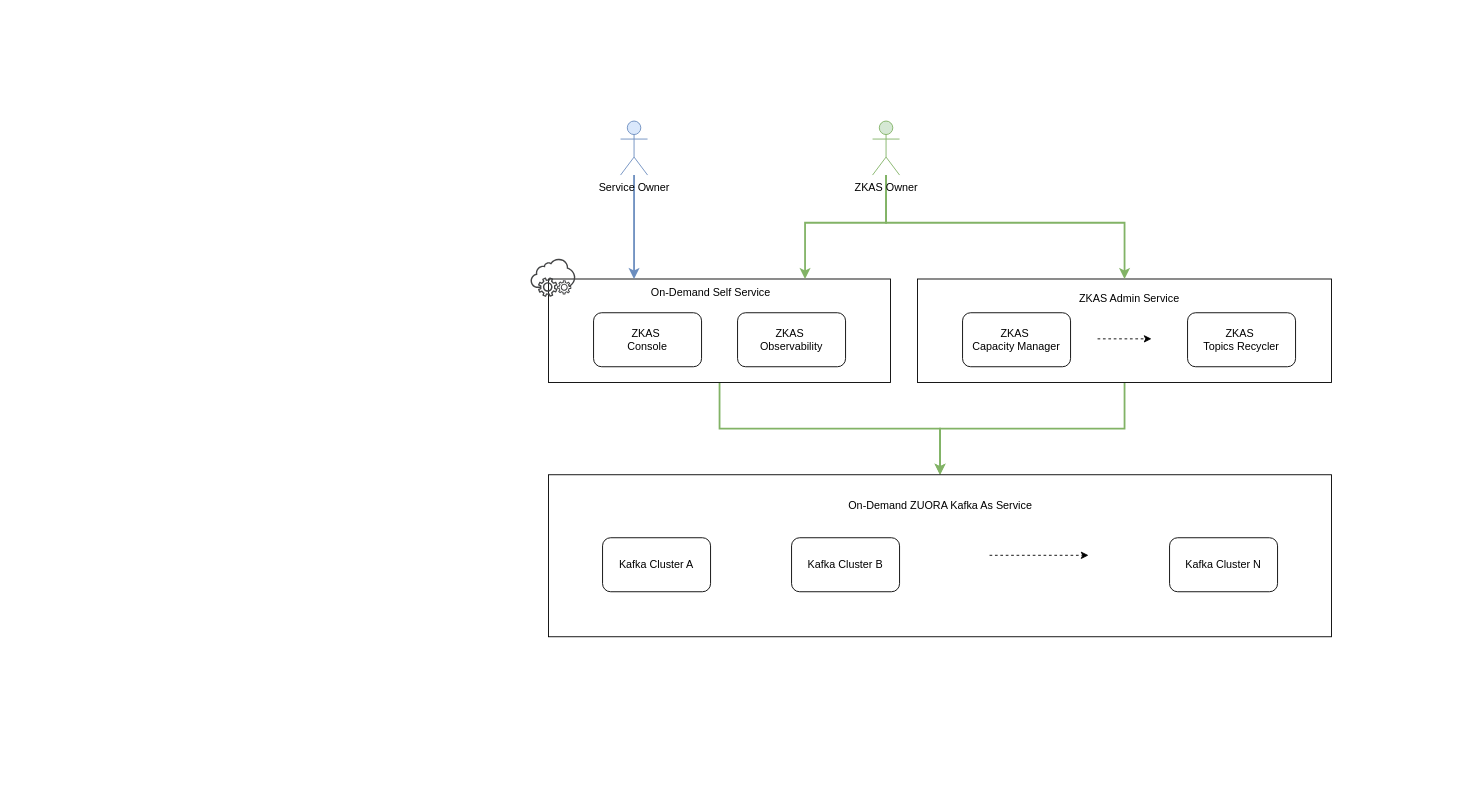
Earlier version of the draw.io diagram Kafka as Service.drawio (jiangtao7/draw.io). Source tidied: cells renumbered, new cells numbered last; positions are measured from the earlier drawing's top-left corner, leaving out a move shared by most shapes. Both pictures are drawn from the tidied source at 90%, with x=0, y=0 at pixel (530, 121). Pictures stored in the file or linked from it are replaced by grey dashed boxes.
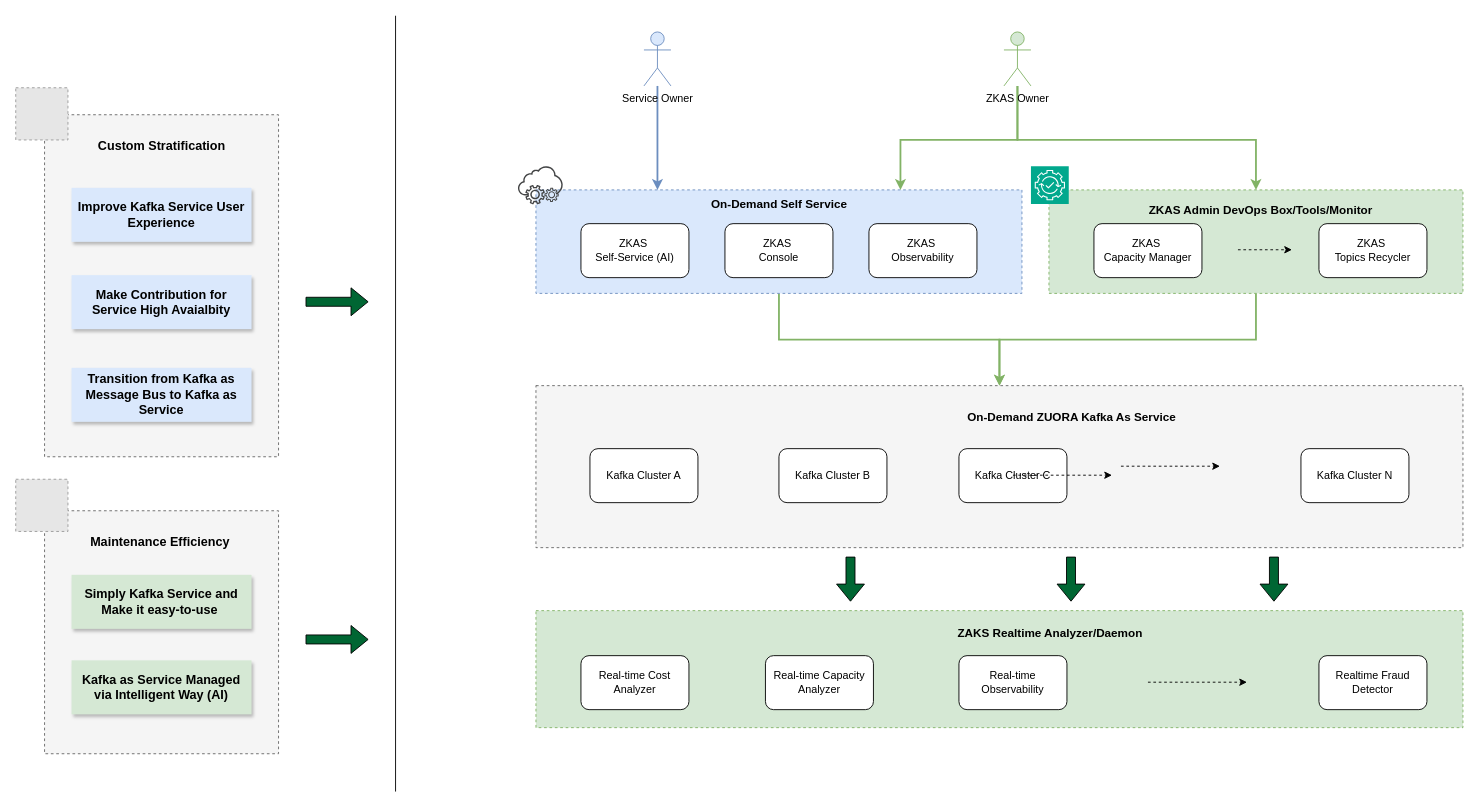
The same diagram, later.

Diff of the diagram source:
```diff
@@
+    <mxCell id="25" style="rounded=0;whiteSpace=wrap;html=1;dashed=1;fillColor=#f5f5f5;fontColor=#333333;strokeColor=#666666;" parent="1" vertex="1">
+      <mxGeometry x="-540" y="433" width="260" height="270" as="geometry" />
+    </mxCell>
+    <mxCell id="26" style="rounded=0;whiteSpace=wrap;html=1;dashed=1;fillColor=#f5f5f5;fontColor=#333333;strokeColor=#666666;" parent="1" vertex="1">
+      <mxGeometry x="-540" y="-7" width="260" height="380" as="geometry" />
+    </mxCell>
+    <mxCell id="27" style="rounded=0;whiteSpace=wrap;html=1;dashed=1;fillColor=#d5e8d4;strokeColor=#82b366;" parent="1" vertex="1">
+      <mxGeometry x="6" y="544" width="1030" height="130" as="geometry" />
+    </mxCell>
@@
-    <mxCell id="3" style="rounded=0;whiteSpace=wrap;html=1;" parent="1" vertex="1">
-      <mxGeometry x="20" y="175.5" width="380" height="115" as="geometry" />
+    <mxCell id="3" style="rounded=0;whiteSpace=wrap;html=1;dashed=1;fillColor=#dae8fc;strokeColor=#6c8ebf;" parent="1" vertex="1">
+      <mxGeometry x="6" y="76.5" width="540" height="115" as="geometry" />
     </mxCell>
@@
-    <mxCell id="5" style="rounded=0;whiteSpace=wrap;html=1;" parent="1" vertex="1">
-      <mxGeometry x="430" y="175.5" width="460" height="115" as="geometry" />
+    <mxCell id="5" style="rounded=0;whiteSpace=wrap;html=1;dashed=1;fillColor=#d5e8d4;strokeColor=#82b366;" parent="1" vertex="1">
+      <mxGeometry x="576" y="76.5" width="460" height="115" as="geometry" />
     </mxCell>
-    <mxCell id="6" style="rounded=0;whiteSpace=wrap;html=1;" parent="1" vertex="1">
-      <mxGeometry x="20" y="393" width="870" height="180" as="geometry" />
+    <mxCell id="6" style="rounded=0;whiteSpace=wrap;html=1;strokeColor=#666666;dashed=1;fillColor=#f5f5f5;fontColor=#333333;" parent="1" vertex="1">
+      <mxGeometry x="6" y="294" width="1030" height="180" as="geometry" />
     </mxCell>
     <mxCell id="7" style="edgeStyle=orthogonalEdgeStyle;rounded=0;jettySize=auto;html=1;entryX=0.25;entryY=0;entryDx=0;entryDy=0;strokeWidth=2;fillColor=#dae8fc;strokeColor=#6c8ebf;" parent="1" edge="1" source="8" target="3">
-      <mxGeometry relative="1" as="geometry" />
+      <mxGeometry relative="1" as="geometry">
+        <Array as="points">
+          <mxPoint x="141" y="-69" />
+        </Array>
+      </mxGeometry>
     </mxCell>
     <mxCell id="8" value="Service Owner" style="shape=umlActor;verticalLabelPosition=bottom;verticalAlign=top;html=1;outlineConnect=0;fillColor=#dae8fc;strokeColor=#6c8ebf;" parent="1" vertex="1">
-      <mxGeometry x="100" width="30" height="60" as="geometry" />
+      <mxGeometry x="126" y="-99" width="30" height="60" as="geometry" />
     </mxCell>
     <mxCell id="9" value="Kafka Cluster A" style="rounded=1;whiteSpace=wrap;html=1;" parent="1" vertex="1">
-      <mxGeometry x="80" y="463" width="120" height="60" as="geometry" />
+      <mxGeometry x="66" y="364" width="120" height="60" as="geometry" />
     </mxCell>
     <mxCell id="10" value="Kafka Cluster B" style="rounded=1;whiteSpace=wrap;html=1;" parent="1" vertex="1">
-      <mxGeometry x="290" y="463" width="120" height="60" as="geometry" />
+      <mxGeometry x="276" y="364" width="120" height="60" as="geometry" />
     </mxCell>
     <mxCell id="11" value="Kafka Cluster N" style="rounded=1;whiteSpace=wrap;html=1;" parent="1" vertex="1">
-      <mxGeometry x="710" y="463" width="120" height="60" as="geometry" />
+      <mxGeometry x="856" y="364" width="120" height="60" as="geometry" />
     </mxCell>
     <mxCell id="12" value="ZKAS&amp;nbsp;&lt;div&gt;Console&lt;/div&gt;" style="rounded=1;whiteSpace=wrap;html=1;" parent="1" vertex="1">
-      <mxGeometry x="70" y="213" width="120" height="60" as="geometry" />
+      <mxGeometry x="216" y="114" width="120" height="60" as="geometry" />
     </mxCell>
     <mxCell id="13" value="ZKAS&amp;nbsp;&lt;div&gt;Capacity Manager&lt;/div&gt;" style="rounded=1;whiteSpace=wrap;html=1;" parent="1" vertex="1">
-      <mxGeometry x="480" y="213" width="120" height="60" as="geometry" />
+      <mxGeometry x="626" y="114" width="120" height="60" as="geometry" />
     </mxCell>
     <mxCell id="14" value="ZKAS&amp;nbsp;&lt;div&gt;Topics&amp;nbsp;&lt;span style=&quot;background-color: initial;&quot;&gt;Recycler&lt;/span&gt;&lt;/div&gt;" style="rounded=1;whiteSpace=wrap;html=1;" parent="1" vertex="1">
-      <mxGeometry x="730" y="213" width="120" height="60" as="geometry" />
+      <mxGeometry x="876" y="114" width="120" height="60" as="geometry" />
     </mxCell>
     <mxCell id="15" value="ZKAS&amp;nbsp;&lt;div&gt;Observability&lt;/div&gt;" style="rounded=1;whiteSpace=wrap;html=1;" parent="1" vertex="1">
-      <mxGeometry x="230" y="213" width="120" height="60" as="geometry" />
+      <mxGeometry x="376" y="114" width="120" height="60" as="geometry" />
     </mxCell>
     <mxCell id="16" style="endArrow=classic;html=1;rounded=0;dashed=1;" parent="1" edge="1">
       <mxGeometry relative="1" as="geometry">
-        <mxPoint x="510" y="482.5" as="sourcePoint" />
-        <mxPoint x="620" y="482.5" as="targetPoint" />
+        <mxPoint x="656" y="383.5" as="sourcePoint" />
+        <mxPoint x="766" y="383.5" as="targetPoint" />
       </mxGeometry>
     </mxCell>
     <mxCell id="17" style="edgeStyle=orthogonalEdgeStyle;rounded=0;jettySize=auto;html=1;entryX=0.5;entryY=0;entryDx=0;entryDy=0;strokeWidth=2;fillColor=#d5e8d4;strokeColor=#82b366;" parent="1" edge="1" source="19" target="5">
       <mxGeometry relative="1" as="geometry">
         <Array as="points">
-          <mxPoint x="395" y="113" />
-          <mxPoint x="660" y="113" />
+          <mxPoint x="541" y="21" />
+          <mxPoint x="806" y="21" />
         </Array>
       </mxGeometry>
     </mxCell>
-    <mxCell id="18" style="edgeStyle=orthogonalEdgeStyle;rounded=0;jettySize=auto;html=1;entryX=0.75;entryY=0;entryDx=0;entryDy=0;strokeWidth=2;fillColor=#d5e8d4;strokeColor=#82b366;" parent="1" edge="1" source="19" target="3">
+    <mxCell id="18" style="rounded=0;jettySize=auto;html=1;entryX=0.75;entryY=0;entryDx=0;entryDy=0;strokeWidth=2;fillColor=#d5e8d4;strokeColor=#82b366;edgeStyle=orthogonalEdgeStyle;" parent="1" edge="1" source="19" target="3">
       <mxGeometry relative="1" as="geometry">
         <Array as="points">
-          <mxPoint x="395" y="113" />
-          <mxPoint x="305" y="113" />
+          <mxPoint x="541" y="21" />
+          <mxPoint x="411" y="21" />
         </Array>
       </mxGeometry>
     </mxCell>
     <mxCell id="19" value="ZKAS Owner" style="shape=umlActor;verticalLabelPosition=bottom;verticalAlign=top;html=1;outlineConnect=0;fillColor=#d5e8d4;strokeColor=#82b366;" parent="1" vertex="1">
-      <mxGeometry x="380" width="30" height="60" as="geometry" />
+      <mxGeometry x="526" y="-99" width="30" height="60" as="geometry" />
     </mxCell>
     <mxCell id="20" style="endArrow=classic;html=1;rounded=0;dashed=1;" parent="1" edge="1">
       <mxGeometry relative="1" as="geometry">
-        <mxPoint x="630" y="242" as="sourcePoint" />
-        <mxPoint x="690" y="242" as="targetPoint" />
+        <mxPoint x="786" y="143" as="sourcePoint" />
+        <mxPoint x="846" y="143" as="targetPoint" />
       </mxGeometry>
     </mxCell>
     <mxCell id="21" style="sketch=0;shadow=0;dashed=0;html=1;strokeColor=none;fillColor=#434445;labelPosition=center;verticalLabelPosition=bottom;verticalAlign=top;align=center;shape=mxgraph.vvd.on_demand_self_service;" parent="1" vertex="1">
-      <mxGeometry y="153" width="50" height="42.5" as="geometry" />
+      <mxGeometry x="-14" y="50.2" width="50" height="42.5" as="geometry" />
     </mxCell>
-    <mxCell id="22" value="On-Demand Self Service" style="text;html=1;align=center;verticalAlign=middle;strokeColor=none;fillColor=none;" parent="1" vertex="1">
-      <mxGeometry x="120" y="175.5" width="160" height="30" as="geometry" />
+    <mxCell id="22" value="On-Demand Self Service" style="text;html=1;align=center;verticalAlign=middle;strokeColor=none;fillColor=none;fontSize=13;fontStyle=1;" parent="1" vertex="1">
+      <mxGeometry x="191" y="76.5" width="170" height="30" as="geometry" />
     </mxCell>
-    <mxCell id="23" value="ZKAS Admin Service" style="text;html=1;align=center;verticalAlign=middle;strokeColor=none;fillColor=none;" parent="1" vertex="1">
-      <mxGeometry x="600" y="183" width="130" height="30" as="geometry" />
+    <mxCell id="23" value="ZKAS Admin DevOps Box/Tools/Monitor" style="text;html=1;align=center;verticalAlign=middle;strokeColor=none;fillColor=none;fontSize=13;fontStyle=1;" parent="1" vertex="1">
+      <mxGeometry x="686" y="84" width="250" height="30" as="geometry" />
     </mxCell>
-    <mxCell id="24" value="On-Demand ZUORA Kafka As Service" style="text;html=1;align=center;verticalAlign=middle;strokeColor=none;fillColor=none;" parent="1" vertex="1">
-      <mxGeometry x="340" y="413" width="230" height="30" as="geometry" />
+    <mxCell id="24" value="On-Demand ZUORA Kafka As Service" style="text;html=1;align=center;verticalAlign=middle;strokeColor=none;fillColor=none;fontSize=13;fontStyle=1;" parent="1" vertex="1">
+      <mxGeometry x="481" y="314" width="240" height="30" as="geometry" />
     </mxCell>
+    <mxCell id="28" style="sketch=0;fontColor=#232F3E;fillColor=#01A88D;strokeColor=#ffffff;dashed=0;verticalLabelPosition=bottom;verticalAlign=top;align=center;html=1;fontSize=12;fontStyle=0;shape=mxgraph.aws4.resourceIcon;resIcon=mxgraph.aws4.devops_guru;" parent="1" vertex="1">
+      <mxGeometry x="556" y="50.2" width="42" height="42" as="geometry" />
+    </mxCell>
+    <mxCell id="29" value="Real-time Cost&lt;br&gt;Analyzer" style="rounded=1;whiteSpace=wrap;html=1;" parent="1" vertex="1">
+      <mxGeometry x="56" y="594" width="120" height="60" as="geometry" />
+    </mxCell>
+    <mxCell id="30" value="Real-time Capacity&lt;br&gt;Analyzer" style="rounded=1;whiteSpace=wrap;html=1;" parent="1" vertex="1">
+      <mxGeometry x="261" y="594" width="120" height="60" as="geometry" />
+    </mxCell>
+    <mxCell id="31" value="Realtime Fraud&lt;br&gt;Detector" style="rounded=1;whiteSpace=wrap;html=1;" parent="1" vertex="1">
+      <mxGeometry x="876" y="594" width="120" height="60" as="geometry" />
+    </mxCell>
+    <mxCell id="32" value="Real-time Observability" style="rounded=1;whiteSpace=wrap;html=1;" parent="1" vertex="1">
+      <mxGeometry x="476" y="594" width="120" height="60" as="geometry" />
+    </mxCell>
+    <mxCell id="33" style="shape=flexArrow;endArrow=classic;html=1;rounded=0;fillColor=#006633;" parent="1" edge="1">
+      <mxGeometry relative="1" as="geometry">
+        <mxPoint x="355.5" y="484" as="sourcePoint" />
+        <mxPoint x="355.5" y="534" as="targetPoint" />
+      </mxGeometry>
+    </mxCell>
+    <mxCell id="34" style="shape=flexArrow;endArrow=classic;html=1;rounded=0;fillColor=#006633;" parent="1" edge="1">
+      <mxGeometry relative="1" as="geometry">
+        <mxPoint x="600.5" y="484" as="sourcePoint" />
+        <mxPoint x="600.5" y="534" as="targetPoint" />
+      </mxGeometry>
+    </mxCell>
+    <mxCell id="35" style="shape=flexArrow;endArrow=classic;html=1;rounded=0;fillColor=#006633;" parent="1" edge="1">
+      <mxGeometry relative="1" as="geometry">
+        <mxPoint x="826" y="484" as="sourcePoint" />
+        <mxPoint x="826" y="534" as="targetPoint" />
+      </mxGeometry>
+    </mxCell>
+    <mxCell id="36" value="ZAKS Realtime Analyzer/Daemon" style="text;html=1;align=center;verticalAlign=middle;strokeColor=none;fillColor=none;fontSize=13;fontStyle=1;" parent="1" vertex="1">
+      <mxGeometry x="467" y="554" width="220" height="30" as="geometry" />
+    </mxCell>
+    <mxCell id="37" value="ZKAS&amp;nbsp;&lt;div&gt;Self-Service (AI)&lt;/div&gt;" style="rounded=1;whiteSpace=wrap;html=1;" parent="1" vertex="1">
+      <mxGeometry x="56" y="114" width="120" height="60" as="geometry" />
+    </mxCell>
+    <mxCell id="38" value="Kafka Cluster C" style="rounded=1;whiteSpace=wrap;html=1;" parent="1" vertex="1">
+      <mxGeometry x="476" y="364" width="120" height="60" as="geometry" />
+    </mxCell>
+    <mxCell id="39" style="endArrow=classic;html=1;rounded=0;dashed=1;" parent="1" edge="1">
+      <mxGeometry relative="1" as="geometry">
+        <mxPoint x="686" y="623.5" as="sourcePoint" />
+        <mxPoint x="796" y="623.5" as="targetPoint" />
+      </mxGeometry>
+    </mxCell>
+    <mxCell id="40" style="endArrow=none;html=1;rounded=0;" parent="1" edge="1">
+      <mxGeometry relative="1" as="geometry">
+        <mxPoint x="-150" y="745" as="sourcePoint" />
+        <mxPoint x="-150" y="-117" as="targetPoint" />
+      </mxGeometry>
+    </mxCell>
+    <mxCell id="41" value="Improve Kafka Service User Experience" style="rounded=0;whiteSpace=wrap;html=1;fontSize=14;fontStyle=1;strokeColor=none;fillColor=#dae8fc;shadow=1;" parent="1" vertex="1">
+      <mxGeometry x="-510" y="74.2" width="200" height="60" as="geometry" />
+    </mxCell>
+    <mxCell id="42" style="endArrow=classic;html=1;rounded=0;dashed=1;" parent="1" edge="1">
+      <mxGeometry relative="1" as="geometry">
+        <mxPoint x="536" y="393.5" as="sourcePoint" />
+        <mxPoint x="646" y="393.5" as="targetPoint" />
+      </mxGeometry>
+    </mxCell>
+    <mxCell id="43" value="Transition from Kafka as Message Bus to Kafka as Service" style="rounded=0;whiteSpace=wrap;html=1;fontSize=14;fontStyle=1;strokeColor=none;fillColor=#dae8fc;shadow=1;" parent="1" vertex="1">
+      <mxGeometry x="-510" y="274.2" width="200" height="60" as="geometry" />
+    </mxCell>
+    <mxCell id="44" value="Make Contribution for Service High Avaialbity" style="rounded=0;whiteSpace=wrap;html=1;fontSize=14;fontStyle=1;strokeColor=none;fillColor=#dae8fc;shadow=1;" parent="1" vertex="1">
+      <mxGeometry x="-510" y="171.2" width="200" height="60" as="geometry" />
+    </mxCell>
+    <mxCell id="45" value="Kafka as Service Managed via Intelligent Way (AI)" style="rounded=0;whiteSpace=wrap;html=1;fontSize=14;fontStyle=1;strokeColor=none;fillColor=#d5e8d4;shadow=1;" parent="1" vertex="1">
+      <mxGeometry x="-510" y="599.2" width="200" height="60" as="geometry" />
+    </mxCell>
+    <mxCell id="46" value="Simply Kafka Service and Make it easy-to-use&amp;nbsp;" style="rounded=0;whiteSpace=wrap;html=1;fontSize=14;fontStyle=1;strokeColor=none;fillColor=#d5e8d4;shadow=1;" parent="1" vertex="1">
+      <mxGeometry x="-510" y="504.2" width="200" height="60" as="geometry" />
+    </mxCell>
+    <mxCell id="47" style="fillColor=#E6E6E6;strokeColor=#999999;dashed=1;verticalLabelPosition=bottom;verticalAlign=top;" parent="1" vertex="1">
+      <mxGeometry x="-572" y="398" width="58" height="58" as="geometry" />
+    </mxCell>
+    <mxCell id="48" style="fillColor=#E6E6E6;strokeColor=#999999;dashed=1;verticalLabelPosition=bottom;verticalAlign=top;" parent="1" vertex="1">
+      <mxGeometry x="-572" y="-37" width="58" height="58" as="geometry" />
+    </mxCell>
+    <mxCell id="49" value="Custom Stratification" style="text;html=1;align=center;verticalAlign=middle;strokeColor=none;fillColor=none;fontSize=14;fontStyle=1;" parent="1" vertex="1">
+      <mxGeometry x="-485" y="13" width="150" height="30" as="geometry" />
+    </mxCell>
+    <mxCell id="50" value="Maintenance Efficiency&amp;nbsp;" style="text;html=1;align=center;verticalAlign=middle;strokeColor=none;fillColor=none;fontSize=14;fontStyle=1;" parent="1" vertex="1">
+      <mxGeometry x="-495" y="453" width="170" height="30" as="geometry" />
+    </mxCell>
+    <mxCell id="51" style="shape=flexArrow;endArrow=classic;html=1;rounded=0;fillColor=#006633;" parent="1" edge="1">
+      <mxGeometry relative="1" as="geometry">
+        <mxPoint x="-250" y="200.8" as="sourcePoint" />
+        <mxPoint x="-180" y="200.8" as="targetPoint" />
+      </mxGeometry>
+    </mxCell>
+    <mxCell id="52" style="shape=flexArrow;endArrow=classic;html=1;rounded=0;fillColor=#006633;" parent="1" edge="1">
+      <mxGeometry relative="1" as="geometry">
+        <mxPoint x="-250" y="576" as="sourcePoint" />
+        <mxPoint x="-180" y="576" as="targetPoint" />
+      </mxGeometry>
+    </mxCell>
```
